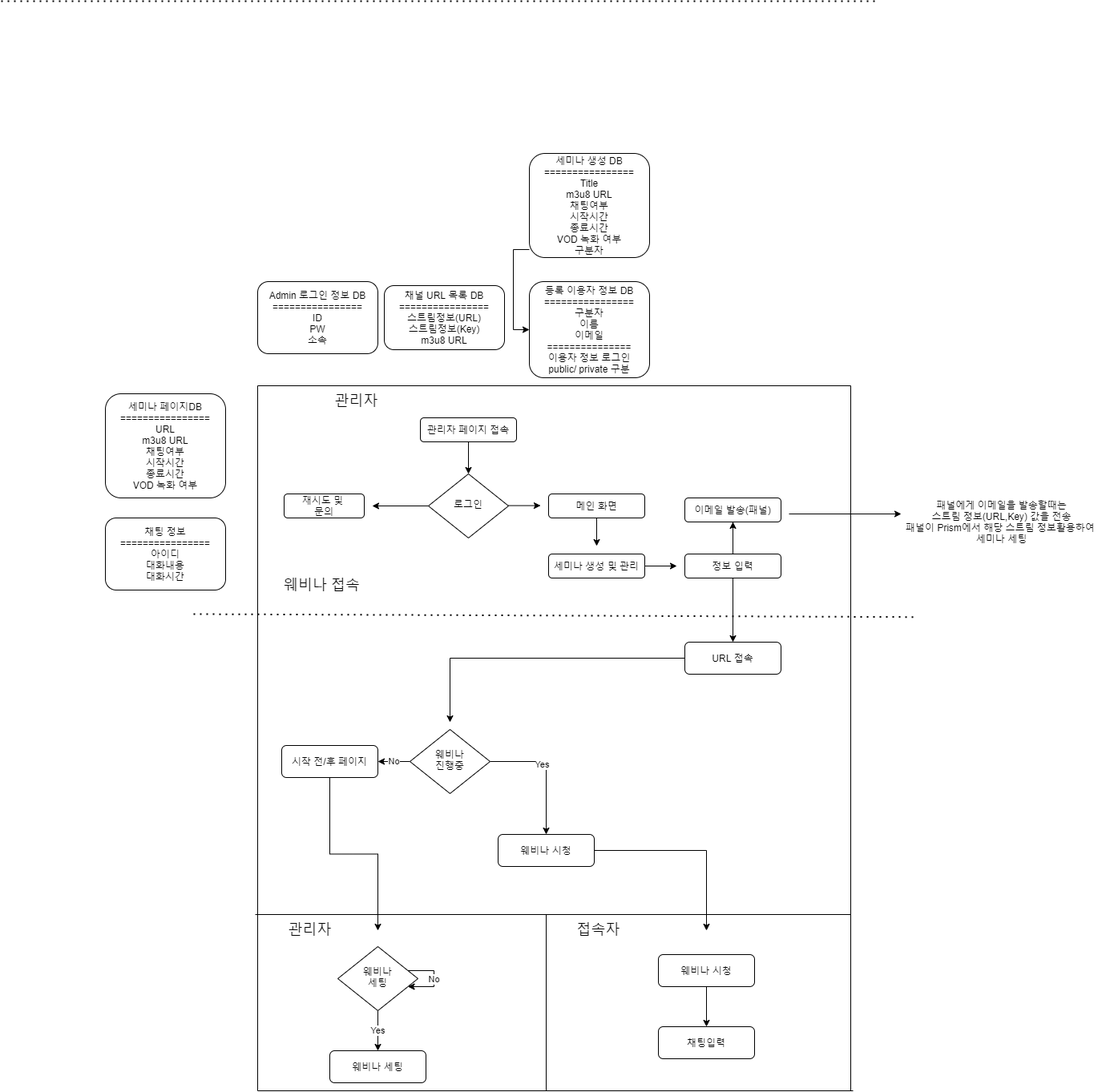
park-moonkyu/livestaton keeps this draw.io diagram as live_station.png. Above is the earlier version. Source tidied: cells renumbered, new cells last; positions are measured from the earlier drawing's top-left corner, leaving out a move shared by most shapes.
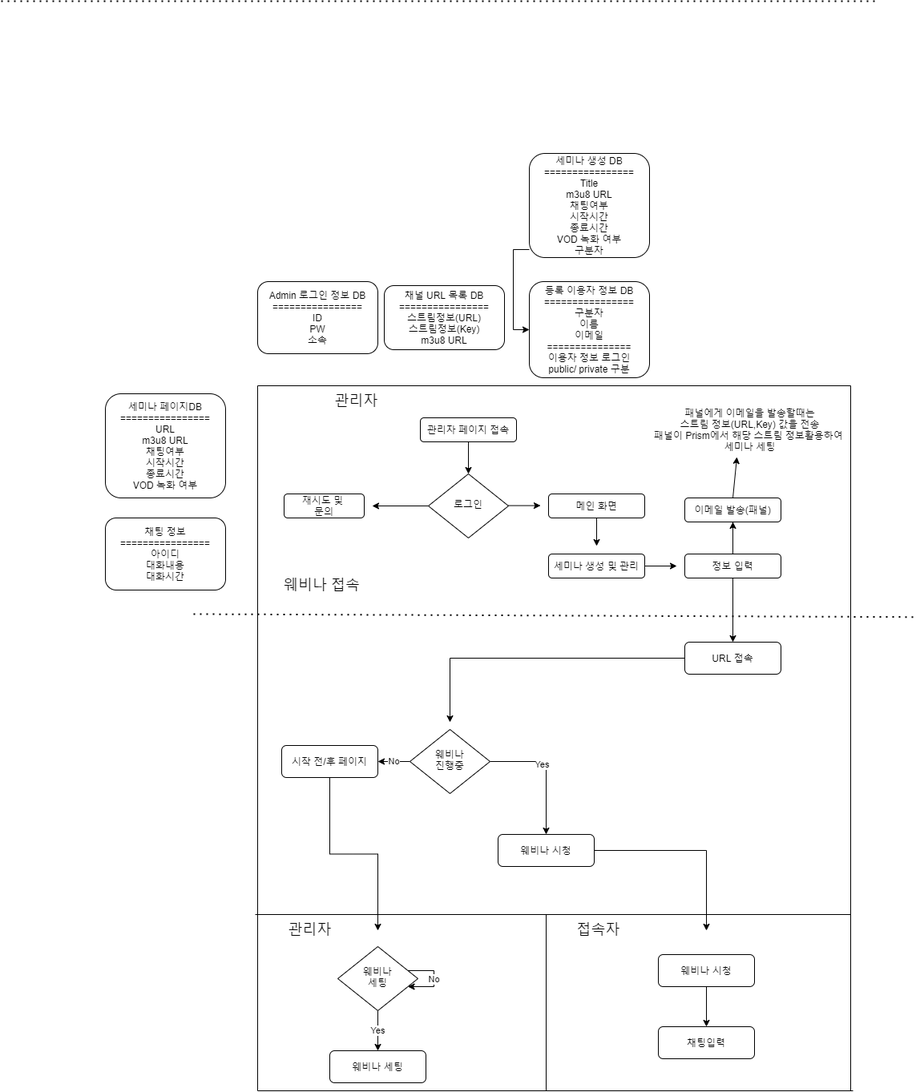
After the change.

The edit, as a diff of the source:
```diff
@@ -186,14 +186,11 @@
         <mxPoint x="1090" as="targetPoint" />
       </mxGeometry>
     </mxCell>
-    <mxCell id="50" style="endArrow=classic;html=1;" parent="1" edge="1">
-      <mxGeometry relative="1" as="geometry">
-        <mxPoint x="983" y="640" as="sourcePoint" />
-        <mxPoint x="1123" y="640" as="targetPoint" />
-      </mxGeometry>
+    <mxCell id="50" style="endArrow=classic;html=1;exitX=0.5;exitY=0;exitDx=0;exitDy=0;entryX=0.436;entryY=1.067;entryDx=0;entryDy=0;entryPerimeter=0;" parent="1" edge="1" source="40" target="51">
+      <mxGeometry relative="1" as="geometry" />
     </mxCell>
     <mxCell id="51" value="패널에게 이메일을 발송할때는&lt;br&gt;스트림 정보(URL,Key) 값을 전송&lt;br&gt;패널이 Prism에서 해당 스트림 정보활용하여 &lt;br&gt;세미나 세팅" style="text;html=1;align=center;verticalAlign=middle;points=[];" parent="1" vertex="1">
-      <mxGeometry x="1123" y="620" width="250" height="60" as="geometry" />
+      <mxGeometry x="809" y="505" width="250" height="60" as="geometry" />
     </mxCell>
     <mxCell id="52" value="채팅 정보================&lt;br&gt;아이디&lt;br&gt;대화내용&lt;br&gt;대화시간" style="rounded=1;whiteSpace=wrap;html=1;" parent="1" vertex="1">
       <mxGeometry x="130" y="645" width="150" height="90" as="geometry" />
```
